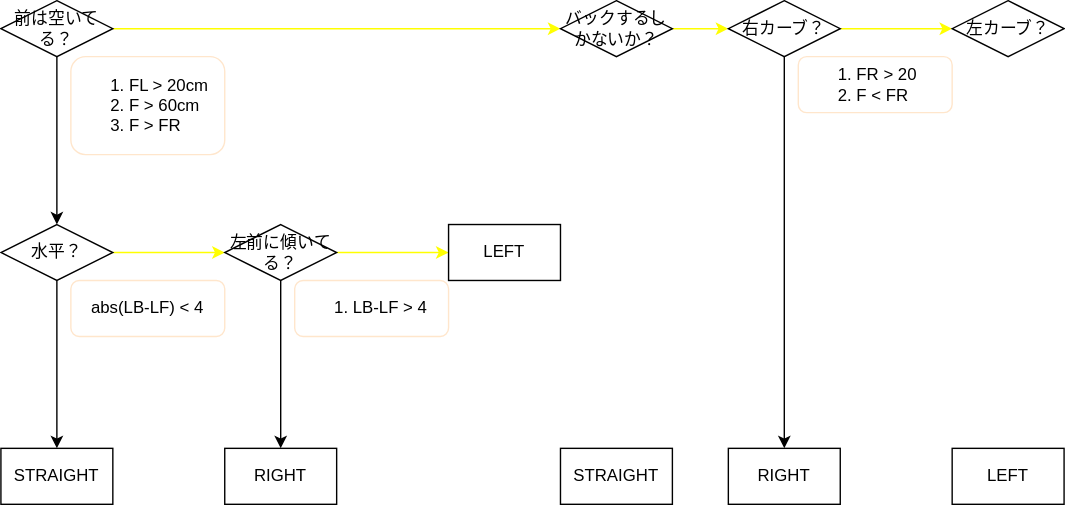
Earlier version of the draw.io export toyota.drawio.svg (jizots/AI_minicar). Source tidied: cells renumbered, new cells last; positions are measured from the earlier drawing's top-left corner, leaving out a move shared by most shapes. The source it was exported from:
```xml
<mxGraphModel>
  <root>
    <mxCell id="0" />
    <mxCell id="1" parent="0" />
    <mxCell id="2" style="edgeStyle=none;html=1;entryX=0;entryY=0.5;entryDx=0;entryDy=0;exitX=1;exitY=0.5;exitDx=0;exitDy=0;strokeColor=#FFFF00;" parent="1" edge="1" source="5" target="9">
      <mxGeometry relative="1" as="geometry" />
    </mxCell>
    <mxCell id="3" style="edgeStyle=none;html=1;exitX=0.5;exitY=1;exitDx=0;exitDy=0;entryX=0.5;entryY=0;entryDx=0;entryDy=0;startArrow=none;" parent="1" edge="1" source="18" target="13">
      <mxGeometry relative="1" as="geometry" />
    </mxCell>
    <mxCell id="4" style="edgeStyle=none;html=1;exitX=0.5;exitY=1;exitDx=0;exitDy=0;entryX=0.5;entryY=0;entryDx=0;entryDy=0;" parent="1" edge="1" source="5" target="18">
      <mxGeometry relative="1" as="geometry" />
    </mxCell>
    <mxCell id="5" value="前は空いてる？" style="rhombus;whiteSpace=wrap;html=1;" parent="1" vertex="1">
      <mxGeometry width="80" height="40" as="geometry" />
    </mxCell>
    <mxCell id="6" style="edgeStyle=none;html=1;exitX=0.5;exitY=1;exitDx=0;exitDy=0;entryX=0.5;entryY=0;entryDx=0;entryDy=0;" parent="1" edge="1" source="20" target="14">
      <mxGeometry relative="1" as="geometry" />
    </mxCell>
    <mxCell id="7" style="edgeStyle=none;html=1;exitX=0.5;exitY=1;exitDx=0;exitDy=0;entryX=0.5;entryY=0;entryDx=0;entryDy=0;strokeColor=#FFFFFF;" parent="1" edge="1" source="9" target="24">
      <mxGeometry relative="1" as="geometry" />
    </mxCell>
    <mxCell id="8" style="edgeStyle=none;html=1;strokeColor=#FFFF00;" parent="1" edge="1" source="9" target="12">
      <mxGeometry relative="1" as="geometry" />
    </mxCell>
    <mxCell id="9" value="バックするしかないか？" style="rhombus;whiteSpace=wrap;html=1;" parent="1" vertex="1">
      <mxGeometry x="400" width="80" height="40" as="geometry" />
    </mxCell>
    <mxCell id="10" style="edgeStyle=none;html=1;exitX=0.5;exitY=1;exitDx=0;exitDy=0;entryX=0.5;entryY=0;entryDx=0;entryDy=0;" parent="1" edge="1" source="12" target="15">
      <mxGeometry relative="1" as="geometry" />
    </mxCell>
    <mxCell id="11" style="edgeStyle=none;html=1;exitX=1;exitY=0.5;exitDx=0;exitDy=0;entryX=0;entryY=0.5;entryDx=0;entryDy=0;strokeColor=#FFFF00;" parent="1" edge="1" source="12" target="27">
      <mxGeometry relative="1" as="geometry" />
    </mxCell>
    <mxCell id="12" value="右カーブ？" style="rhombus;whiteSpace=wrap;html=1;" parent="1" vertex="1">
      <mxGeometry x="520" width="80" height="40" as="geometry" />
    </mxCell>
    <mxCell id="13" value="STRAIGHT" style="whiteSpace=wrap;html=1;" parent="1" vertex="1">
      <mxGeometry y="320" width="80" height="40" as="geometry" />
    </mxCell>
    <mxCell id="14" value="RIGHT" style="whiteSpace=wrap;html=1;" parent="1" vertex="1">
      <mxGeometry x="160" y="320" width="80" height="40" as="geometry" />
    </mxCell>
    <mxCell id="15" value="RIGHT" style="whiteSpace=wrap;html=1;" parent="1" vertex="1">
      <mxGeometry x="520" y="320" width="80" height="40" as="geometry" />
    </mxCell>
    <mxCell id="16" value="&lt;ol style=&quot;&quot;&gt;&lt;li&gt;FL &amp;gt; 20cm&lt;/li&gt;&lt;li&gt;F &amp;gt; 60cm&lt;/li&gt;&lt;li&gt;F &amp;gt; FR&lt;/li&gt;&lt;/ol&gt;" style="rounded=1;whiteSpace=wrap;html=1;strokeColor=#FFE6CC;align=left;" parent="1" vertex="1">
      <mxGeometry x="50" y="40" width="110" height="70" as="geometry" />
    </mxCell>
    <mxCell id="17" style="edgeStyle=none;html=1;entryX=0;entryY=0.5;entryDx=0;entryDy=0;strokeColor=#FFFF00;" parent="1" edge="1" source="18" target="20">
      <mxGeometry relative="1" as="geometry" />
    </mxCell>
    <mxCell id="18" value="水平？" style="rhombus;whiteSpace=wrap;html=1;" parent="1" vertex="1">
      <mxGeometry y="160" width="80" height="40" as="geometry" />
    </mxCell>
    <mxCell id="19" style="edgeStyle=none;html=1;exitX=1;exitY=0.5;exitDx=0;exitDy=0;entryX=0;entryY=0.5;entryDx=0;entryDy=0;strokeColor=#FFFF00;" parent="1" edge="1" source="20" target="22">
      <mxGeometry relative="1" as="geometry" />
    </mxCell>
    <mxCell id="20" value="左前に傾いてる？" style="rhombus;whiteSpace=wrap;html=1;" parent="1" vertex="1">
      <mxGeometry x="160" y="160" width="80" height="40" as="geometry" />
    </mxCell>
    <mxCell id="21" value="&lt;div style=&quot;&quot;&gt;&lt;span style=&quot;background-color: initial;&quot;&gt;abs(LB-LF) &amp;lt; 4&lt;/span&gt;&lt;/div&gt;" style="rounded=1;whiteSpace=wrap;html=1;strokeColor=#FFE6CC;align=center;" parent="1" vertex="1">
      <mxGeometry x="50" y="200" width="110" height="40" as="geometry" />
    </mxCell>
    <mxCell id="22" value="LEFT" style="whiteSpace=wrap;html=1;" parent="1" vertex="1">
      <mxGeometry x="320" y="160" width="80" height="40" as="geometry" />
    </mxCell>
    <mxCell id="23" value="&lt;ol style=&quot;&quot;&gt;&lt;li&gt;LB-LF &amp;gt; 4&lt;/li&gt;&lt;/ol&gt;" style="rounded=1;whiteSpace=wrap;html=1;strokeColor=#FFE6CC;align=left;" parent="1" vertex="1">
      <mxGeometry x="210" y="200" width="110" height="40" as="geometry" />
    </mxCell>
    <mxCell id="24" value="STRAIGHT" style="whiteSpace=wrap;html=1;" parent="1" vertex="1">
      <mxGeometry x="400" y="320" width="80" height="40" as="geometry" />
    </mxCell>
    <mxCell id="25" value="&lt;ol style=&quot;&quot;&gt;&lt;li&gt;FR &amp;gt; 20&lt;/li&gt;&lt;li&gt;F &amp;lt; FR&lt;/li&gt;&lt;/ol&gt;" style="rounded=1;whiteSpace=wrap;html=1;strokeColor=#FFE6CC;align=left;" parent="1" vertex="1">
      <mxGeometry x="570" y="40" width="110" height="40" as="geometry" />
    </mxCell>
    <mxCell id="26" style="edgeStyle=none;html=1;exitX=0.5;exitY=1;exitDx=0;exitDy=0;entryX=0.5;entryY=0;entryDx=0;entryDy=0;strokeColor=#FFFFFF;" parent="1" edge="1" source="27" target="28">
      <mxGeometry relative="1" as="geometry" />
    </mxCell>
    <mxCell id="27" value="左カーブ？" style="rhombus;whiteSpace=wrap;html=1;" parent="1" vertex="1">
      <mxGeometry x="680" width="80" height="40" as="geometry" />
    </mxCell>
    <mxCell id="28" value="LEFT" style="whiteSpace=wrap;html=1;" parent="1" vertex="1">
      <mxGeometry x="680" y="320" width="80" height="40" as="geometry" />
    </mxCell>
  </root>
</mxGraphModel>
```
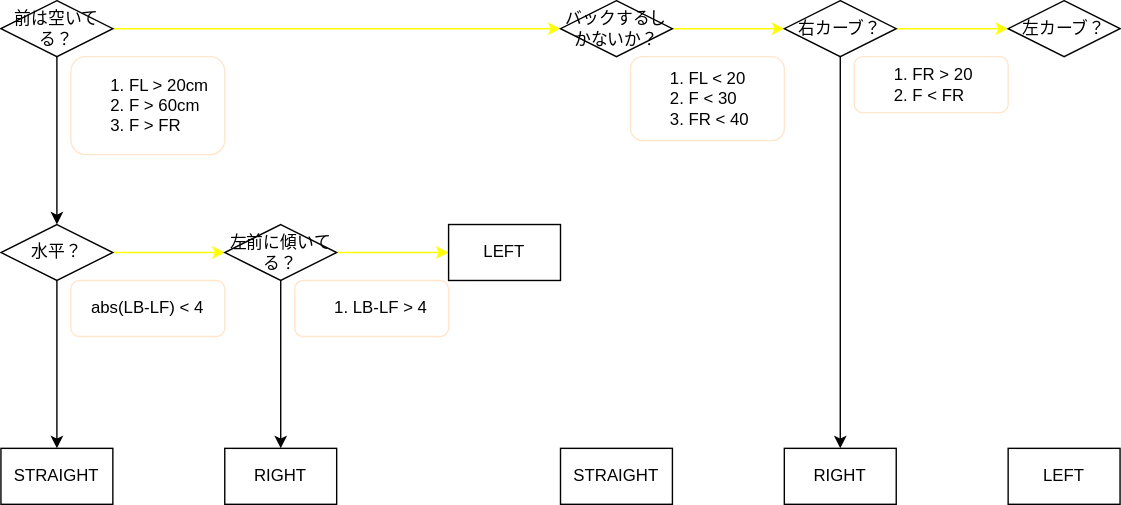
After the change.

What changed in the source:
```diff
@@ -33,7 +33,7 @@
       <mxGeometry relative="1" as="geometry" />
     </mxCell>
     <mxCell id="12" value="右カーブ？" style="rhombus;whiteSpace=wrap;html=1;" parent="1" vertex="1">
-      <mxGeometry x="520" width="80" height="40" as="geometry" />
+      <mxGeometry x="560" width="80" height="40" as="geometry" />
     </mxCell>
     <mxCell id="13" value="STRAIGHT" style="whiteSpace=wrap;html=1;" parent="1" vertex="1">
       <mxGeometry y="320" width="80" height="40" as="geometry" />
@@ -42,7 +42,7 @@
       <mxGeometry x="160" y="320" width="80" height="40" as="geometry" />
     </mxCell>
     <mxCell id="15" value="RIGHT" style="whiteSpace=wrap;html=1;" parent="1" vertex="1">
-      <mxGeometry x="520" y="320" width="80" height="40" as="geometry" />
+      <mxGeometry x="560" y="320" width="80" height="40" as="geometry" />
     </mxCell>
     <mxCell id="16" value="&lt;ol style=&quot;&quot;&gt;&lt;li&gt;FL &amp;gt; 20cm&lt;/li&gt;&lt;li&gt;F &amp;gt; 60cm&lt;/li&gt;&lt;li&gt;F &amp;gt; FR&lt;/li&gt;&lt;/ol&gt;" style="rounded=1;whiteSpace=wrap;html=1;strokeColor=#FFE6CC;align=left;" parent="1" vertex="1">
       <mxGeometry x="50" y="40" width="110" height="70" as="geometry" />
@@ -72,16 +72,19 @@
       <mxGeometry x="400" y="320" width="80" height="40" as="geometry" />
     </mxCell>
     <mxCell id="25" value="&lt;ol style=&quot;&quot;&gt;&lt;li&gt;FR &amp;gt; 20&lt;/li&gt;&lt;li&gt;F &amp;lt; FR&lt;/li&gt;&lt;/ol&gt;" style="rounded=1;whiteSpace=wrap;html=1;strokeColor=#FFE6CC;align=left;" parent="1" vertex="1">
-      <mxGeometry x="570" y="40" width="110" height="40" as="geometry" />
+      <mxGeometry x="610" y="40" width="110" height="40" as="geometry" />
     </mxCell>
     <mxCell id="26" style="edgeStyle=none;html=1;exitX=0.5;exitY=1;exitDx=0;exitDy=0;entryX=0.5;entryY=0;entryDx=0;entryDy=0;strokeColor=#FFFFFF;" parent="1" edge="1" source="27" target="28">
       <mxGeometry relative="1" as="geometry" />
     </mxCell>
     <mxCell id="27" value="左カーブ？" style="rhombus;whiteSpace=wrap;html=1;" parent="1" vertex="1">
-      <mxGeometry x="680" width="80" height="40" as="geometry" />
+      <mxGeometry x="720" width="80" height="40" as="geometry" />
     </mxCell>
     <mxCell id="28" value="LEFT" style="whiteSpace=wrap;html=1;" parent="1" vertex="1">
-      <mxGeometry x="680" y="320" width="80" height="40" as="geometry" />
+      <mxGeometry x="720" y="320" width="80" height="40" as="geometry" />
     </mxCell>
+    <mxCell id="29" value="&lt;ol style=&quot;&quot;&gt;&lt;li&gt;FL &amp;lt; 20&lt;/li&gt;&lt;li&gt;F &amp;lt; 30&lt;/li&gt;&lt;li&gt;FR &amp;lt; 40&lt;/li&gt;&lt;/ol&gt;" style="rounded=1;whiteSpace=wrap;html=1;strokeColor=#FFE6CC;align=left;" parent="1" vertex="1">
+      <mxGeometry x="450" y="40" width="110" height="60" as="geometry" />
+    </mxCell>
   </root>
 </mxGraphModel>
```
